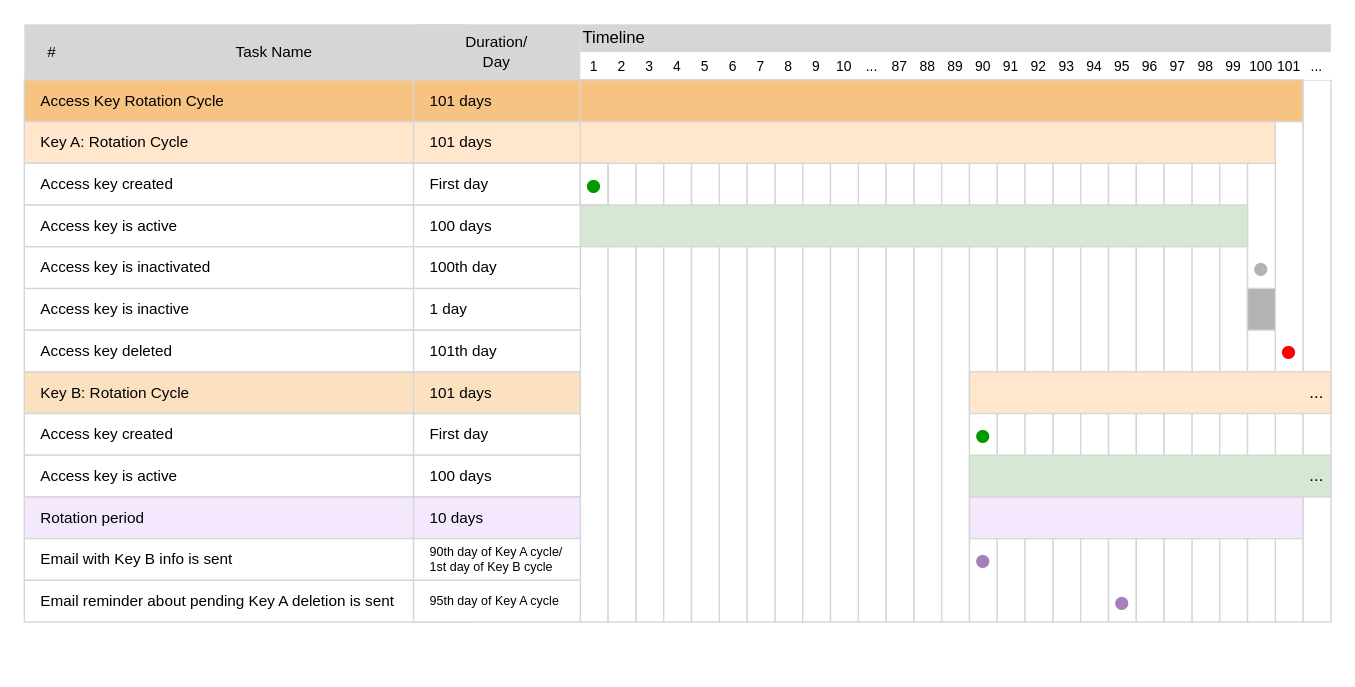
This is Untitled Diagram.drawio from ruthchangadi/drawio, a draw.io file, before an edit. Source tidied: cells renumbered, new cells numbered last; positions are measured from the earlier drawing's top-left corner, leaving out a move shared by most shapes. Both pictures are drawn from the tidied source at 139%, with x=0, y=0 at pixel (24, 24).
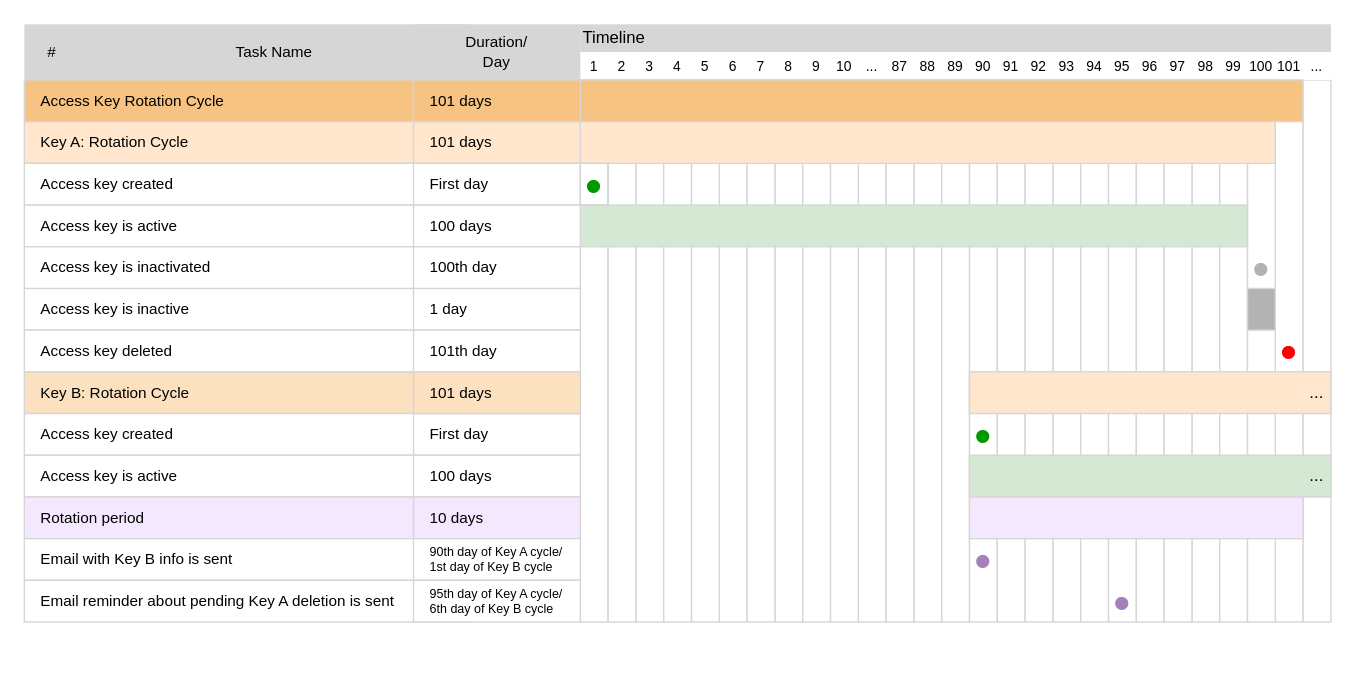
The same page after the edit.

The change refers to these unchanged cells:
```xml
<mxCell id="88" style="group;" parent="75" vertex="1">
  <mxGeometry x="280" y="-70" width="120" height="430" as="geometry" />
</mxCell>
```

What changed in the source:
```diff
@@
-    <mxCell id="98" value="90th day of Key A cycle/&lt;br&gt;1st day of Key B cycle" style="rounded=0;whiteSpace=wrap;html=1;strokeColor=#D6D6D6;fillColor=#FFFFFF;align=left;spacingLeft=10;spacingRight=8;fontSize=9;" parent="88" vertex="1">
+    <mxCell id="98" value="90th day of Key A cycle/&lt;br style=&quot;font-size: 9px;&quot;&gt;1st day of Key B cycle" style="rounded=0;whiteSpace=wrap;html=1;strokeColor=#D6D6D6;fillColor=#FFFFFF;align=left;spacingLeft=10;spacingRight=8;fontSize=9;" parent="88" vertex="1">
       <mxGeometry y="370" width="120" height="30" as="geometry" />
     </mxCell>
-    <mxCell id="99" value="95th day of Key A cycle" style="rounded=0;whiteSpace=wrap;html=1;strokeColor=#D6D6D6;fillColor=#FFFFFF;align=left;spacingLeft=10;spacingRight=8;fontSize=9;" parent="88" vertex="1">
+    <mxCell id="99" value="95th day of Key A cycle/ 6th day of Key B cycle" style="rounded=0;whiteSpace=wrap;html=1;strokeColor=#D6D6D6;fillColor=#FFFFFF;align=left;spacingLeft=10;spacingRight=8;fontSize=9;" parent="88" vertex="1">
       <mxGeometry y="400" width="120" height="30" as="geometry" />
     </mxCell>
```
